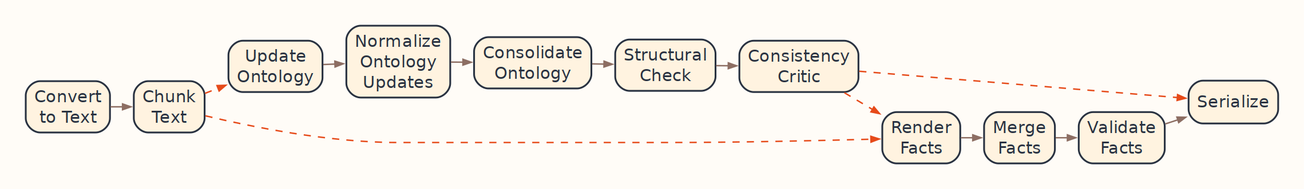
This is docs/assets/graph.lr.png from growgraph/ontocast, a Mermaid export, as it was before one commit. Its source is kept beside it as docs/assets/graph.mmd.
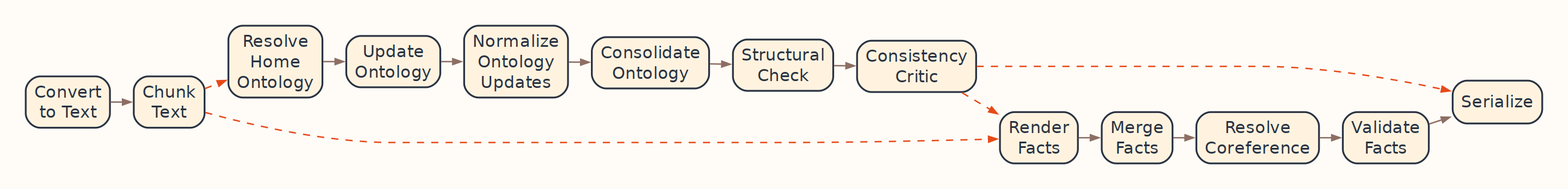
After the change.

What changed in the source:
```diff
@@ -18,25 +18,29 @@
 	__start__([<p>__start__</p>]):::first
 	Convert\20to\20Text(Convert to Text)
 	Chunk\20Text(Chunk Text)
+	Resolve\20Home\20Ontology(Resolve Home Ontology)
 	Update\20Ontology(Update Ontology)
 	Normalize\20Ontology\20Updates(Normalize Ontology Updates)
 	Consolidate\20Ontology(Consolidate Ontology)
 	Render\20Facts(Render Facts)
 	Merge\20Facts(Merge Facts)
+	Resolve\20Coreference(Resolve Coreference)
 	Validate\20Facts(Validate Facts)
 	Structural\20Check(Structural Check)
 	Consistency\20Critic(Consistency Critic)
 	Serialize(Serialize)
 	__end__([<p>__end__</p>]):::last
 	Chunk\20Text -.-> Render\20Facts;
-	Chunk\20Text -.-> Update\20Ontology;
+	Chunk\20Text -.-> Resolve\20Home\20Ontology;
 	Consistency\20Critic -.-> Render\20Facts;
 	Consistency\20Critic -.-> Serialize;
 	Consolidate\20Ontology --> Structural\20Check;
 	Convert\20to\20Text --> Chunk\20Text;
-	Merge\20Facts --> Validate\20Facts;
+	Merge\20Facts --> Resolve\20Coreference;
 	Normalize\20Ontology\20Updates --> Consolidate\20Ontology;
 	Render\20Facts --> Merge\20Facts;
+	Resolve\20Coreference --> Validate\20Facts;
+	Resolve\20Home\20Ontology --> Update\20Ontology;
 	Structural\20Check --> Consistency\20Critic;
 	Update\20Ontology --> Normalize\20Ontology\20Updates;
 	Validate\20Facts --> Serialize;
```
